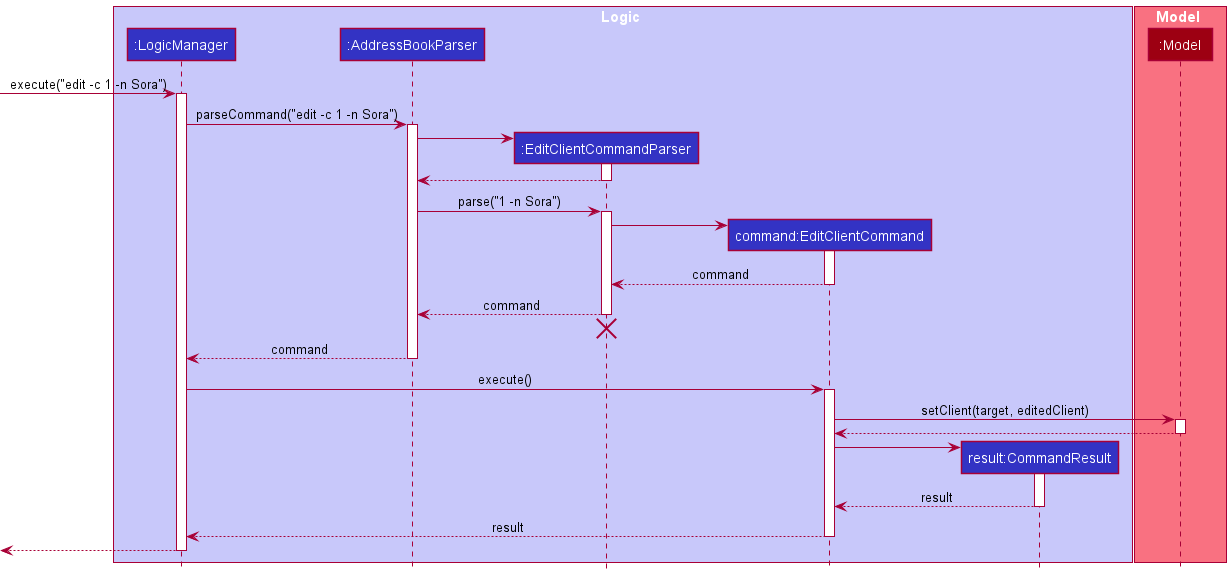
Before: docs/images/EditClientSequenceDiagram.png, a diagram exported from PlantUML (nus-cs2103-AY2122S1/tp). Its diagram source:
```plantuml
@startuml
!include style.puml

box Logic LOGIC_COLOR_T1
participant ":LogicManager" as LogicManager LOGIC_COLOR
participant ":AddressBookParser" as AddressBookParser LOGIC_COLOR
participant ":EditClientCommandParser" as EditClientCommandParser LOGIC_COLOR
participant "command:EditClientCommand" as EditClientCommand LOGIC_COLOR
participant "result:CommandResult" as CommandResult LOGIC_COLOR
end box

box Model MODEL_COLOR_T1
participant ":Model" as Model MODEL_COLOR
end box

[-> LogicManager : execute("edit -c 1 -n Sora")
activate LogicManager

LogicManager -> AddressBookParser : parseCommand("edit -c 1 -n Sora")
activate AddressBookParser

create EditClientCommandParser
AddressBookParser -> EditClientCommandParser
activate EditClientCommandParser

EditClientCommandParser --> AddressBookParser
deactivate EditClientCommandParser

AddressBookParser -> EditClientCommandParser : parse("1 -n Sora")
activate EditClientCommandParser

create EditClientCommand
EditClientCommandParser -> EditClientCommand
activate EditClientCommand

EditClientCommand --> EditClientCommandParser : command
deactivate EditClientCommand

EditClientCommandParser --> AddressBookParser : command
deactivate EditClientCommandParser
EditClientCommandParser [hidden]-> AddressBookParser
destroy EditClientCommandParser

AddressBookParser --> LogicManager : command
deactivate AddressBookParser

LogicManager -> EditClientCommand : execute()
activate EditClientCommand

EditClientCommand -> Model : setClient(target, editedClient)
activate Model

Model --> EditClientCommand
deactivate Model

create CommandResult
EditClientCommand -> CommandResult
activate CommandResult

CommandResult --> EditClientCommand : result
deactivate CommandResult

EditClientCommand --> LogicManager : result
deactivate EditClientCommand

[<-- LogicManager
deactivate LogicManager
@enduml
```
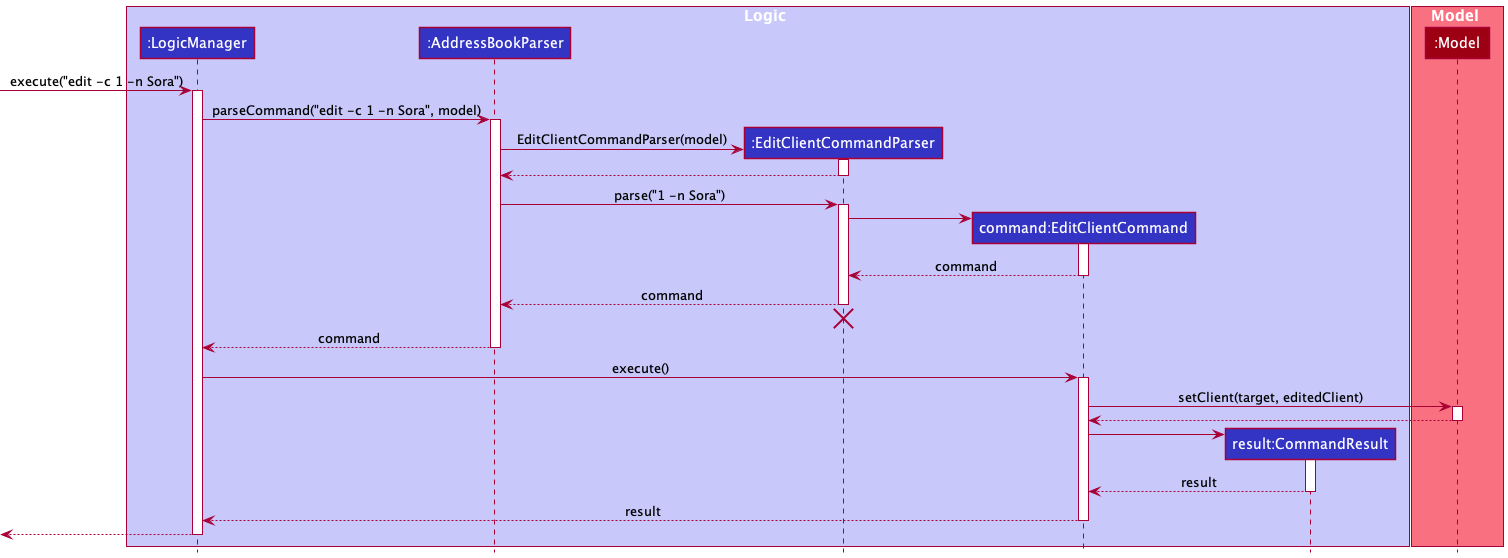
After the commit.

What changed in the source:
```diff
@@ -16,11 +16,11 @@
 [-> LogicManager : execute("edit -c 1 -n Sora")
 activate LogicManager
 
-LogicManager -> AddressBookParser : parseCommand("edit -c 1 -n Sora")
+LogicManager -> AddressBookParser : parseCommand("edit -c 1 -n Sora", model)
 activate AddressBookParser
 
 create EditClientCommandParser
-AddressBookParser -> EditClientCommandParser
+AddressBookParser -> EditClientCommandParser : EditClientCommandParser(model)
 activate EditClientCommandParser
 
 EditClientCommandParser --> AddressBookParser
```
